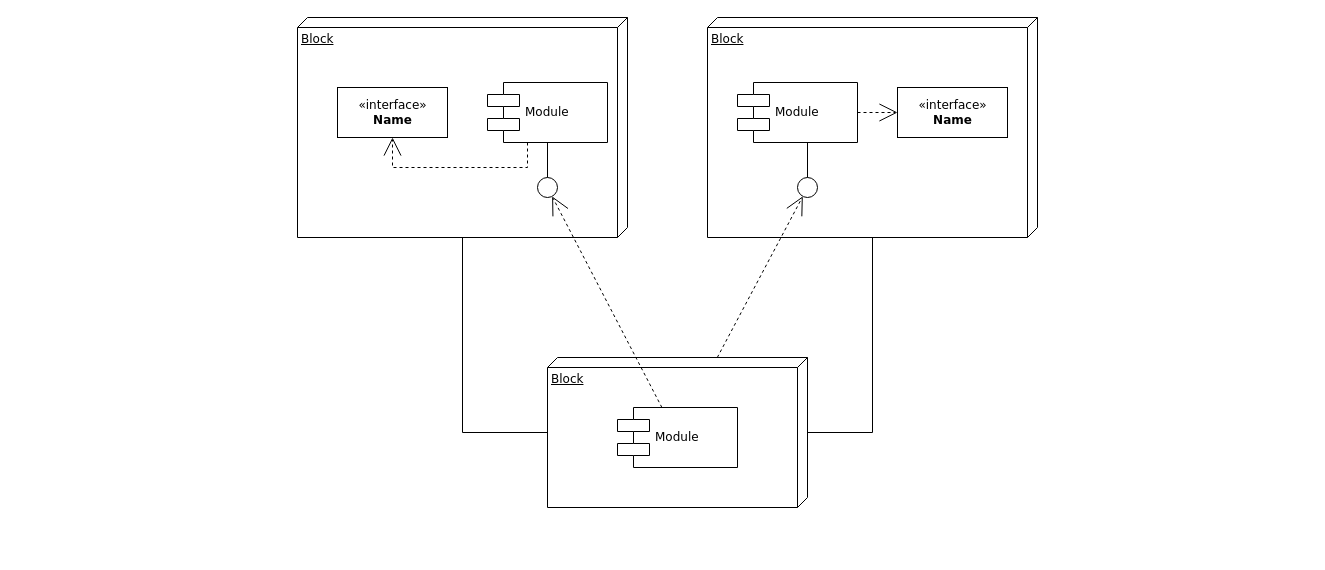
The draw.io diagram class_sample.drawio in GISAdamToth/draw.io, before the edit. Source tidied: cells renumbered, new cells numbered last; positions are measured from the earlier drawing's top-left corner, leaving out a move shared by most shapes. Both pictures are drawn from the tidied source at 100%, with x=0, y=0 at pixel (297, 17).
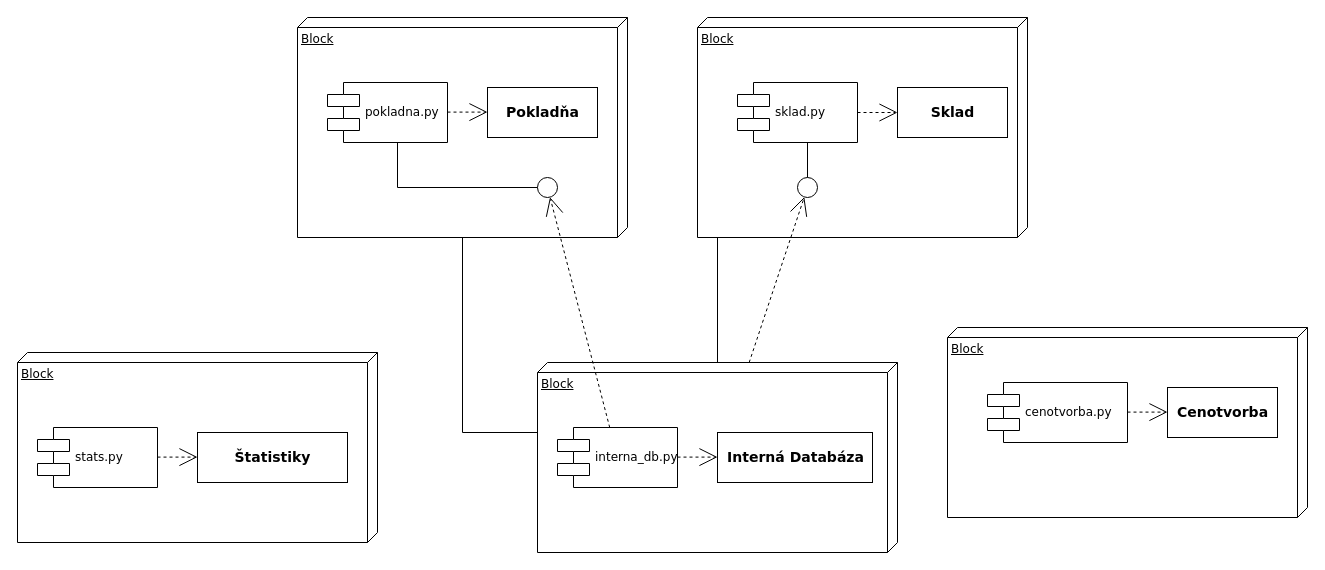
After the change.

Unchanged cells that the change refers to:
```xml
<mxCell id="7" style="ellipse;whiteSpace=wrap;html=1;rounded=0;shadow=0;comic=0;labelBackgroundColor=none;strokeWidth=1;fontFamily=Verdana;fontSize=12;align=center;" parent="1" vertex="1">
  <mxGeometry x="240" y="160" width="20" height="20" as="geometry" />
</mxCell>
```

Diff of the diagram source:
```diff
@@
     <mxCell id="3" value="Block" style="verticalAlign=top;align=left;spacingTop=8;spacingLeft=2;spacingRight=12;shape=cube;size=10;direction=south;fontStyle=4;html=1;rounded=0;shadow=0;comic=0;labelBackgroundColor=none;strokeWidth=1;fontFamily=Verdana;fontSize=12;" parent="1" vertex="1">
-      <mxGeometry x="410" width="330" height="220" as="geometry" />
+      <mxGeometry x="400" width="330" height="220" as="geometry" />
     </mxCell>
     <mxCell id="4" value="Block" style="verticalAlign=top;align=left;spacingTop=8;spacingLeft=2;spacingRight=12;shape=cube;size=10;direction=south;fontStyle=4;html=1;rounded=0;shadow=0;comic=0;labelBackgroundColor=none;strokeWidth=1;fontFamily=Verdana;fontSize=12;" parent="1" vertex="1">
-      <mxGeometry x="250" y="340" width="260" height="150" as="geometry" />
+      <mxGeometry x="240" y="345" width="360" height="190" as="geometry" />
     </mxCell>
-    <mxCell id="5" value="&amp;laquo;interface&amp;raquo;&lt;br&gt;&lt;b&gt;Name&lt;/b&gt;" style="html=1;rounded=0;shadow=0;comic=0;labelBackgroundColor=none;strokeWidth=1;fontFamily=Verdana;fontSize=12;align=center;" parent="1" vertex="1">
-      <mxGeometry x="40" y="70" width="110" height="50" as="geometry" />
+    <mxCell id="5" value="Pokladňa" style="html=1;rounded=0;shadow=0;comic=0;labelBackgroundColor=none;strokeWidth=1;fontFamily=Verdana;fontSize=14;align=center;fontStyle=1;" parent="1" vertex="1">
+      <mxGeometry x="190" y="70" width="110" height="50" as="geometry" />
     </mxCell>
-    <mxCell id="6" value="Module" style="shape=component;align=left;spacingLeft=36;rounded=0;shadow=0;comic=0;labelBackgroundColor=none;strokeWidth=1;fontFamily=Verdana;fontSize=12;html=1;" parent="1" vertex="1">
-      <mxGeometry x="190" y="65" width="120" height="60" as="geometry" />
+    <mxCell id="6" value="pokladna.py" style="shape=component;align=left;spacingLeft=36;rounded=0;shadow=0;comic=0;labelBackgroundColor=none;strokeWidth=1;fontFamily=Verdana;fontSize=12;html=1;" parent="1" vertex="1">
+      <mxGeometry x="30" y="65" width="120" height="60" as="geometry" />
     </mxCell>
@@
-    <mxCell id="8" value="Module" style="shape=component;align=left;spacingLeft=36;rounded=0;shadow=0;comic=0;labelBackgroundColor=none;strokeWidth=1;fontFamily=Verdana;fontSize=12;html=1;" parent="1" vertex="1">
+    <mxCell id="8" value="sklad.py" style="shape=component;align=left;spacingLeft=36;rounded=0;shadow=0;comic=0;labelBackgroundColor=none;strokeWidth=1;fontFamily=Verdana;fontSize=12;html=1;" parent="1" vertex="1">
       <mxGeometry x="440" y="65" width="120" height="60" as="geometry" />
     </mxCell>
-    <mxCell id="9" value="&amp;laquo;interface&amp;raquo;&lt;br&gt;&lt;b&gt;Name&lt;/b&gt;" style="html=1;rounded=0;shadow=0;comic=0;labelBackgroundColor=none;strokeWidth=1;fontFamily=Verdana;fontSize=12;align=center;" parent="1" vertex="1">
+    <mxCell id="9" value="Sklad" style="html=1;rounded=0;shadow=0;comic=0;labelBackgroundColor=none;strokeWidth=1;fontFamily=Verdana;fontSize=14;align=center;fontStyle=1;" parent="1" vertex="1">
       <mxGeometry x="600" y="70" width="110" height="50" as="geometry" />
     </mxCell>
@@
-    <mxCell id="11" value="Module" style="shape=component;align=left;spacingLeft=36;rounded=0;shadow=0;comic=0;labelBackgroundColor=none;strokeWidth=1;fontFamily=Verdana;fontSize=12;html=1;" parent="1" vertex="1">
-      <mxGeometry x="320" y="390" width="120" height="60" as="geometry" />
+    <mxCell id="11" value="interna_db.py" style="shape=component;align=left;spacingLeft=36;rounded=0;shadow=0;comic=0;labelBackgroundColor=none;strokeWidth=1;fontFamily=Verdana;fontSize=12;html=1;" parent="1" vertex="1">
+      <mxGeometry x="260" y="410" width="120" height="60" as="geometry" />
     </mxCell>
@@
     <mxCell id="15" style="edgeStyle=elbowEdgeStyle;rounded=0;html=1;labelBackgroundColor=none;startArrow=none;startFill=0;startSize=8;endArrow=none;endFill=0;endSize=16;fontFamily=Verdana;fontSize=12;" parent="1" edge="1" source="7" target="6">
-      <mxGeometry relative="1" as="geometry" />
+      <mxGeometry relative="1" as="geometry">
+        <Array as="points">
+          <mxPoint x="100" y="170" />
+        </Array>
+      </mxGeometry>
     </mxCell>
-    <mxCell id="16" style="edgeStyle=orthogonalEdgeStyle;rounded=0;html=1;labelBackgroundColor=none;startArrow=none;startFill=0;startSize=8;endArrow=open;endFill=0;endSize=16;fontFamily=Verdana;fontSize=12;dashed=1;" parent="1" edge="1" source="6" target="5">
-      <mxGeometry relative="1" as="geometry">
-        <Array as="points">
-          <mxPoint x="230" y="150" />
-          <mxPoint x="95" y="150" />
-        </Array>
-      </mxGeometry>
-    </mxCell>
@@
+    <mxCell id="20" value="Interná Databáza" style="html=1;rounded=0;shadow=0;comic=0;labelBackgroundColor=none;strokeWidth=1;fontFamily=Verdana;fontSize=14;align=center;fontStyle=1;" parent="1" vertex="1">
+      <mxGeometry x="420" y="415" width="155" height="50" as="geometry" />
+    </mxCell>
+    <mxCell id="21" value="Block" style="verticalAlign=top;align=left;spacingTop=8;spacingLeft=2;spacingRight=12;shape=cube;size=10;direction=south;fontStyle=4;html=1;rounded=0;shadow=0;comic=0;labelBackgroundColor=none;strokeWidth=1;fontFamily=Verdana;fontSize=12;" parent="1" vertex="1">
+      <mxGeometry x="-280" y="335" width="360" height="190" as="geometry" />
+    </mxCell>
+    <mxCell id="22" value="Block" style="verticalAlign=top;align=left;spacingTop=8;spacingLeft=2;spacingRight=12;shape=cube;size=10;direction=south;fontStyle=4;html=1;rounded=0;shadow=0;comic=0;labelBackgroundColor=none;strokeWidth=1;fontFamily=Verdana;fontSize=12;" parent="1" vertex="1">
+      <mxGeometry x="650" y="310" width="360" height="190" as="geometry" />
+    </mxCell>
+    <mxCell id="23" value="cenotvorba.py" style="shape=component;align=left;spacingLeft=36;rounded=0;shadow=0;comic=0;labelBackgroundColor=none;strokeWidth=1;fontFamily=Verdana;fontSize=12;html=1;" parent="1" vertex="1">
+      <mxGeometry x="690" y="365" width="140" height="60" as="geometry" />
+    </mxCell>
+    <mxCell id="24" value="stats.py" style="shape=component;align=left;spacingLeft=36;rounded=0;shadow=0;comic=0;labelBackgroundColor=none;strokeWidth=1;fontFamily=Verdana;fontSize=12;html=1;" parent="1" vertex="1">
+      <mxGeometry x="-260" y="410" width="120" height="60" as="geometry" />
+    </mxCell>
+    <mxCell id="25" value="Štatistiky" style="html=1;rounded=0;shadow=0;comic=0;labelBackgroundColor=none;strokeWidth=1;fontFamily=Verdana;fontSize=14;align=center;fontStyle=1;" parent="1" vertex="1">
+      <mxGeometry x="-100" y="415" width="150" height="50" as="geometry" />
+    </mxCell>
+    <mxCell id="26" value="Cenotvorba" style="html=1;rounded=0;shadow=0;comic=0;labelBackgroundColor=none;strokeWidth=1;fontFamily=Verdana;fontSize=14;align=center;fontStyle=1;" parent="1" vertex="1">
+      <mxGeometry x="870" y="370" width="110" height="50" as="geometry" />
+    </mxCell>
+    <mxCell id="27" style="edgeStyle=orthogonalEdgeStyle;rounded=0;html=1;dashed=1;labelBackgroundColor=none;startArrow=none;startFill=0;startSize=8;endArrow=open;endFill=0;endSize=16;fontFamily=Verdana;fontSize=12;" parent="1" edge="1">
+      <mxGeometry relative="1" as="geometry">
+        <mxPoint x="830" y="394.6" as="sourcePoint" />
+        <mxPoint x="870" y="394.6" as="targetPoint" />
+      </mxGeometry>
+    </mxCell>
+    <mxCell id="28" style="edgeStyle=orthogonalEdgeStyle;rounded=0;html=1;dashed=1;labelBackgroundColor=none;startArrow=none;startFill=0;startSize=8;endArrow=open;endFill=0;endSize=16;fontFamily=Verdana;fontSize=12;" parent="1" edge="1">
+      <mxGeometry relative="1" as="geometry">
+        <mxPoint x="-140" y="439.6" as="sourcePoint" />
+        <mxPoint x="-100" y="439.6" as="targetPoint" />
+      </mxGeometry>
+    </mxCell>
+    <mxCell id="29" style="edgeStyle=orthogonalEdgeStyle;rounded=0;html=1;dashed=1;labelBackgroundColor=none;startArrow=none;startFill=0;startSize=8;endArrow=open;endFill=0;endSize=16;fontFamily=Verdana;fontSize=12;" parent="1" edge="1">
+      <mxGeometry relative="1" as="geometry">
+        <mxPoint x="380" y="439.6" as="sourcePoint" />
+        <mxPoint x="420" y="439.6" as="targetPoint" />
+      </mxGeometry>
+    </mxCell>
+    <mxCell id="30" style="edgeStyle=orthogonalEdgeStyle;rounded=0;html=1;dashed=1;labelBackgroundColor=none;startArrow=none;startFill=0;startSize=8;endArrow=open;endFill=0;endSize=16;fontFamily=Verdana;fontSize=12;" parent="1" edge="1">
+      <mxGeometry relative="1" as="geometry">
+        <mxPoint x="150" y="94.6" as="sourcePoint" />
+        <mxPoint x="190" y="94.6" as="targetPoint" />
+      </mxGeometry>
+    </mxCell>
```
